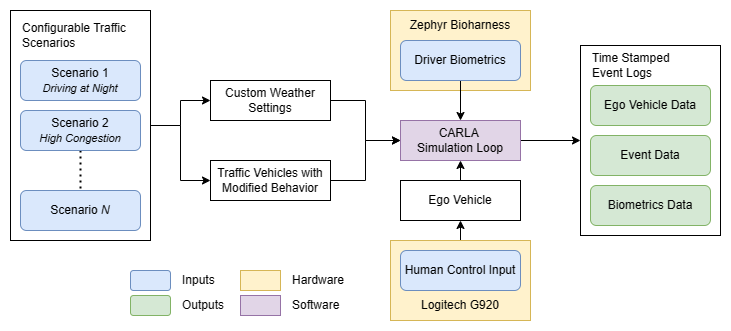
Before: docs/assets/images/system_design.png, a diagram exported from draw.io (Saurya0401/CBSvC). Source tidied: cells renumbered, new cells last; positions are measured from the earlier drawing's top-left corner, leaving out a move shared by most shapes.
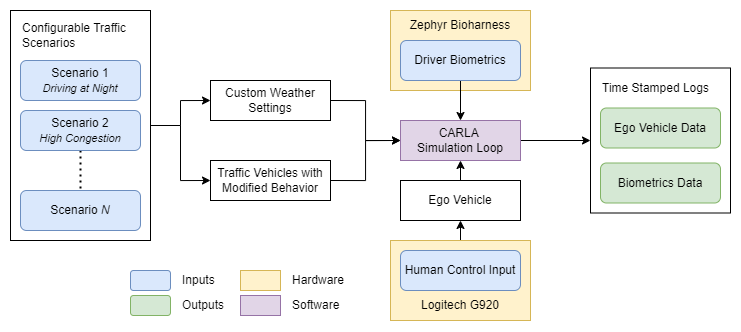
The same diagram one commit later.

Commit message:
Updated system design

The edit, as a diff of the source:
```diff
@@ -14,9 +14,9 @@
     <mxCell id="5" style="edgeStyle=orthogonalEdgeStyle;rounded=0;jettySize=auto;html=1;exitX=0.5;exitY=0;exitDx=0;exitDy=0;entryX=0.5;entryY=1;entryDx=0;entryDy=0;" parent="1" edge="1" source="31" target="16">
       <mxGeometry relative="1" as="geometry" />
     </mxCell>
-    <mxCell id="6" style="edgeStyle=orthogonalEdgeStyle;rounded=0;jettySize=auto;html=1;exitX=1;exitY=0.5;exitDx=0;exitDy=0;entryX=0;entryY=0.5;entryDx=0;entryDy=0;" parent="1" edge="1" source="7" target="18">
-      <mxGeometry relative="1" as="geometry" />
-    </mxCell>
+    <mxCell id="42" style="edgeStyle=orthogonalEdgeStyle;rounded=0;jettySize=auto;html=1;exitX=1;exitY=0.5;exitDx=0;exitDy=0;entryX=0;entryY=0.5;entryDx=0;entryDy=0;" parent="1" edge="1" source="7" target="43">
+      <mxGeometry relative="1" as="geometry" />
+    </mxCell>
     <mxCell id="7" value="CARLA&amp;nbsp;&lt;div&gt;Simulation Loop&lt;/div&gt;" style="rounded=0;whiteSpace=wrap;html=1;fillColor=#e1d5e7;strokeColor=#9673a6;" parent="1" vertex="1">
       <mxGeometry x="390" y="110" width="120" height="40" as="geometry" />
     </mxCell>
@@ -47,27 +47,6 @@
     <mxCell id="16" value="Ego Vehicle" style="rounded=0;whiteSpace=wrap;html=1;" parent="1" vertex="1">
       <mxGeometry x="390" y="170" width="120" height="40" as="geometry" />
     </mxCell>
-    <mxCell id="17" style="group;" parent="1" vertex="1">
-      <mxGeometry x="570" y="35" width="140" height="190" as="geometry" />
-    </mxCell>
-    <mxCell id="18" style="rounded=0;whiteSpace=wrap;html=1;" parent="17" vertex="1">
-      <mxGeometry width="140" height="190" as="geometry" />
-    </mxCell>
-    <mxCell id="19" style="group;" parent="17" vertex="1">
-      <mxGeometry x="10" y="5" width="120" height="175" as="geometry" />
-    </mxCell>
-    <mxCell id="20" value="Ego Vehicle Data" style="rounded=1;whiteSpace=wrap;html=1;fillColor=#d5e8d4;strokeColor=#82b366;" parent="19" vertex="1">
-      <mxGeometry y="35" width="120" height="40" as="geometry" />
-    </mxCell>
-    <mxCell id="21" value="Event Data" style="rounded=1;whiteSpace=wrap;html=1;fillColor=#d5e8d4;strokeColor=#82b366;" parent="19" vertex="1">
-      <mxGeometry y="85" width="120" height="40" as="geometry" />
-    </mxCell>
-    <mxCell id="22" value="Biometrics Data" style="rounded=1;whiteSpace=wrap;html=1;fillColor=#d5e8d4;strokeColor=#82b366;" parent="19" vertex="1">
-      <mxGeometry y="135" width="120" height="40" as="geometry" />
-    </mxCell>
-    <mxCell id="23" value="Time Stamped&amp;nbsp;&lt;div&gt;Event Logs&lt;/div&gt;" style="text;html=1;align=left;verticalAlign=middle;whiteSpace=wrap;rounded=0;" parent="19" vertex="1">
-      <mxGeometry width="120" height="30" as="geometry" />
-    </mxCell>
     <mxCell id="24" style="rounded=0;whiteSpace=wrap;html=1;" parent="1" vertex="1">
       <mxGeometry width="140" height="230" as="geometry" />
     </mxCell>
@@ -122,5 +101,17 @@
     <mxCell id="41" value="Software" style="text;html=1;align=left;verticalAlign=middle;whiteSpace=wrap;rounded=0;" parent="33" vertex="1">
       <mxGeometry x="160" y="25" width="60" height="30" as="geometry" />
     </mxCell>
+    <mxCell id="43" style="rounded=0;whiteSpace=wrap;html=1;" parent="1" vertex="1">
+      <mxGeometry x="580" y="57.5" width="140" height="145" as="geometry" />
+    </mxCell>
+    <mxCell id="22" value="Biometrics Data" style="rounded=1;whiteSpace=wrap;html=1;fillColor=#d5e8d4;strokeColor=#82b366;" parent="1" vertex="1">
+      <mxGeometry x="590" y="152.5" width="120" height="40" as="geometry" />
+    </mxCell>
+    <mxCell id="20" value="Ego Vehicle Data" style="rounded=1;whiteSpace=wrap;html=1;fillColor=#d5e8d4;strokeColor=#82b366;" parent="1" vertex="1">
+      <mxGeometry x="590" y="97.5" width="120" height="40" as="geometry" />
+    </mxCell>
+    <mxCell id="44" value="Time Stamped&amp;nbsp;&lt;span style=&quot;background-color: initial;&quot;&gt;Logs&lt;/span&gt;" style="text;html=1;align=left;verticalAlign=middle;whiteSpace=wrap;rounded=0;" parent="1" vertex="1">
+      <mxGeometry x="590" y="62.5" width="120" height="30" as="geometry" />
+    </mxCell>
   </root>
 </mxGraphModel>
```
